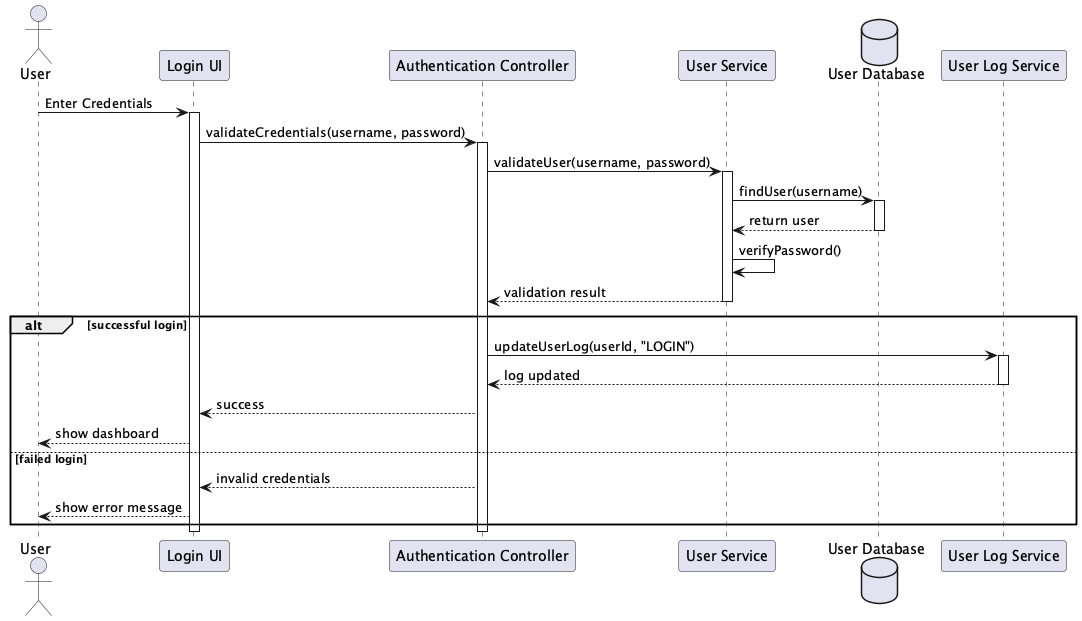
Earlier version of the PlantUML export docs/sequence/Authentication Sequence.png (AdithyaSean/School-Management-System). The source it was exported from:
```plantuml
@startuml Authentication Sequence

actor User
participant "Login UI" as UI
participant "Authentication Controller" as Auth
participant "User Service" as UserSvc
database "User Database" as DB
participant "User Log Service" as Log

User -> UI: Enter Credentials
activate UI

UI -> Auth: validateCredentials(username, password)
activate Auth

Auth -> UserSvc: validateUser(username, password)
activate UserSvc

UserSvc -> DB: findUser(username)
activate DB
DB --> UserSvc: return user
deactivate DB

UserSvc -> UserSvc: verifyPassword()
UserSvc --> Auth: validation result
deactivate UserSvc

alt successful login
    Auth -> Log: updateUserLog(userId, "LOGIN")
    activate Log
    Log --> Auth: log updated
    deactivate Log

    Auth --> UI: success
    UI --> User: show dashboard
else failed login
    Auth --> UI: invalid credentials
    UI --> User: show error message
end

deactivate Auth
deactivate UI

@enduml
```
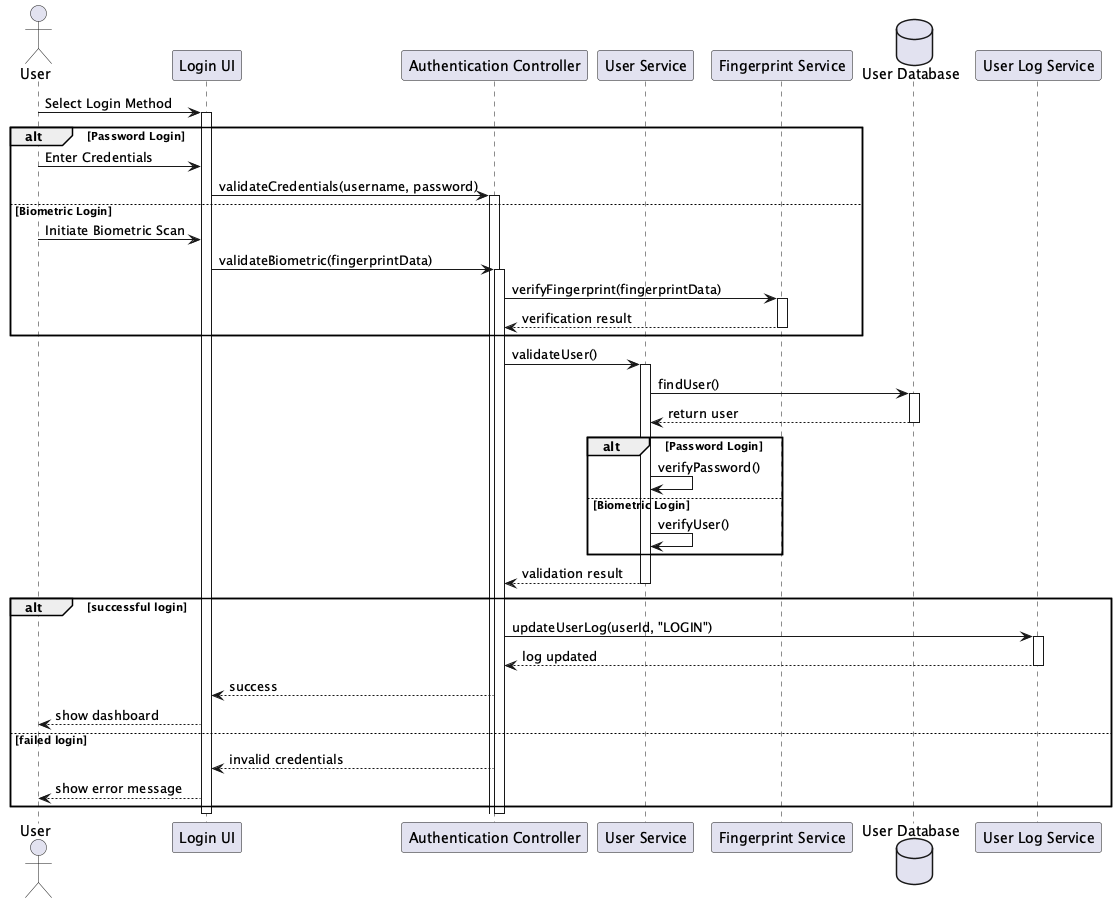
After the change.

Diff of the diagram source:
```diff
@@ -4,24 +4,40 @@
 participant "Login UI" as UI
 participant "Authentication Controller" as Auth
 participant "User Service" as UserSvc
+participant "Fingerprint Service" as FP
 database "User Database" as DB
 participant "User Log Service" as Log
 
-User -> UI: Enter Credentials
+User -> UI: Select Login Method
 activate UI
 
-UI -> Auth: validateCredentials(username, password)
-activate Auth
+alt Password Login
+    User -> UI: Enter Credentials
+    UI -> Auth: validateCredentials(username, password)
+    activate Auth
+else Biometric Login
+    User -> UI: Initiate Biometric Scan
+    UI -> Auth: validateBiometric(fingerprintData)
+    activate Auth
+    Auth -> FP: verifyFingerprint(fingerprintData)
+    activate FP
+    FP --> Auth: verification result
+    deactivate FP
+end
 
-Auth -> UserSvc: validateUser(username, password)
+Auth -> UserSvc: validateUser()
 activate UserSvc
 
-UserSvc -> DB: findUser(username)
+UserSvc -> DB: findUser()
 activate DB
 DB --> UserSvc: return user
 deactivate DB
 
-UserSvc -> UserSvc: verifyPassword()
+alt Password Login
+    UserSvc -> UserSvc: verifyPassword()
+else Biometric Login
+    UserSvc -> UserSvc: verifyUser()
+end
 UserSvc --> Auth: validation result
 deactivate UserSvc
 
```
